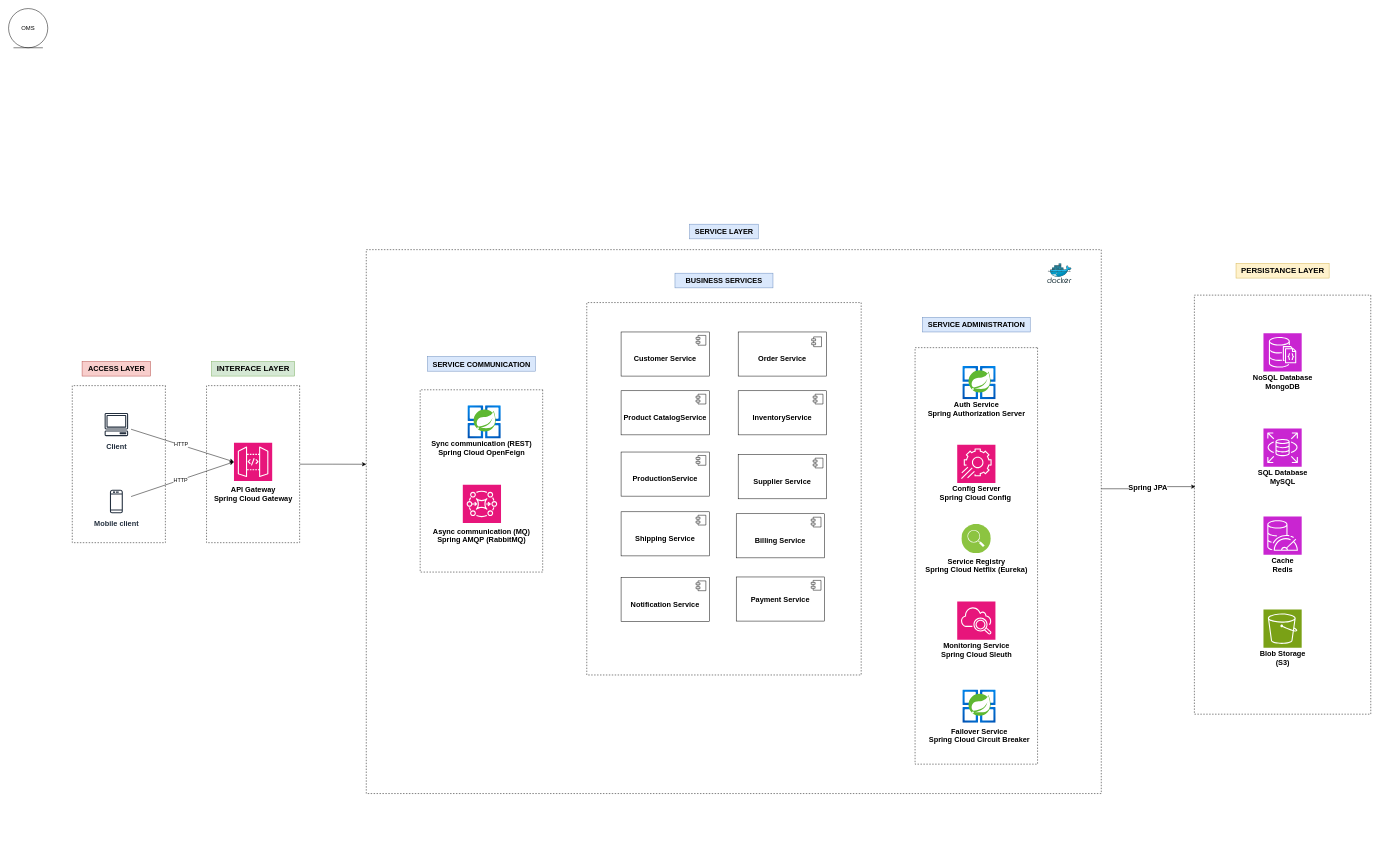
This is docs/architecture-diagram/microservices-diagram.drawio from caoh29/OMS, a draw.io file, before an edit. Source tidied: cells renumbered, new cells numbered last; positions are measured from the earlier drawing's top-left corner, leaving out a move shared by most shapes. Both pictures are drawn from the tidied source at 49%, with x=0, y=0 at pixel (8, 8).
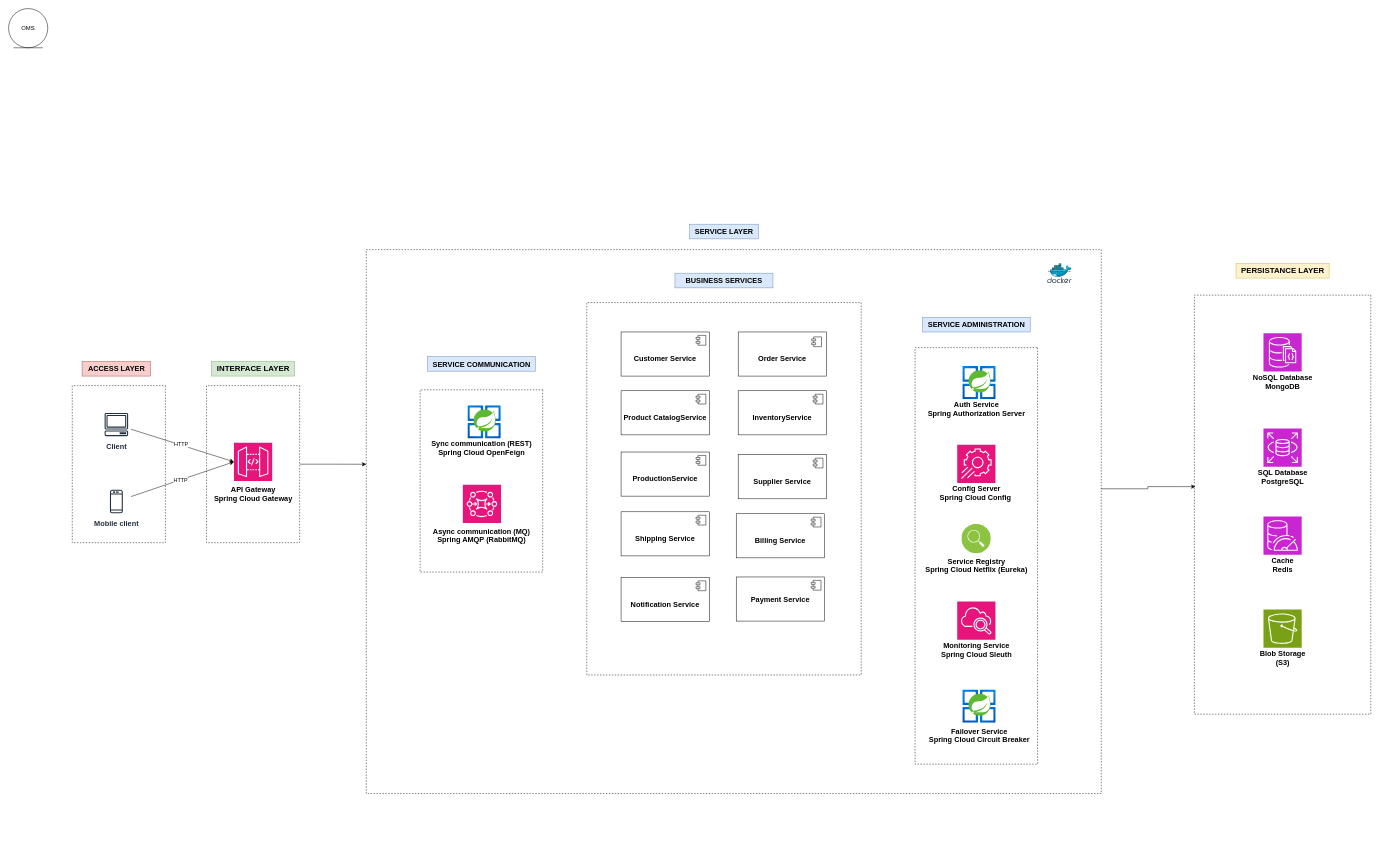
The same diagram, later.

The change refers to these unchanged cells:
```xml
<mxCell id="72" style="edgeStyle=orthogonalEdgeStyle;rounded=0;jettySize=auto;html=1;entryX=0.457;entryY=0.994;entryDx=0;entryDy=0;entryPerimeter=0;" parent="1" edge="1" source="27" target="2">
  <mxGeometry relative="1" as="geometry">
    <Array as="points">
      <mxPoint x="2325" y="980" />
      <mxPoint x="2325" y="976" />
    </Array>
  </mxGeometry>
</mxCell>
```

The edit, as a diff of the source:
```diff
@@
-    <mxCell id="16" value="SQL Database&lt;br&gt;MySQL" style="text;html=1;align=center;verticalAlign=middle;strokeColor=none;fillColor=none;fontSize=15;fontStyle=1;" parent="1" vertex="1">
+    <mxCell id="16" value="SQL Database&lt;br&gt;PostgreSQL" style="text;html=1;align=center;verticalAlign=middle;strokeColor=none;fillColor=none;fontSize=15;fontStyle=1;" parent="1" vertex="1">
       <mxGeometry x="2540" y="930.2" width="120" height="50" as="geometry" />
     </mxCell>
@@
-    <mxCell id="73" value="&lt;font&gt;Spring JPA&lt;/font&gt;" style="edgeLabel;html=1;align=center;verticalAlign=middle;fontSize=15;fontStyle=1;" parent="72" vertex="1">
-      <mxGeometry x="0.01" relative="1" as="geometry" />
-    </mxCell>
```
